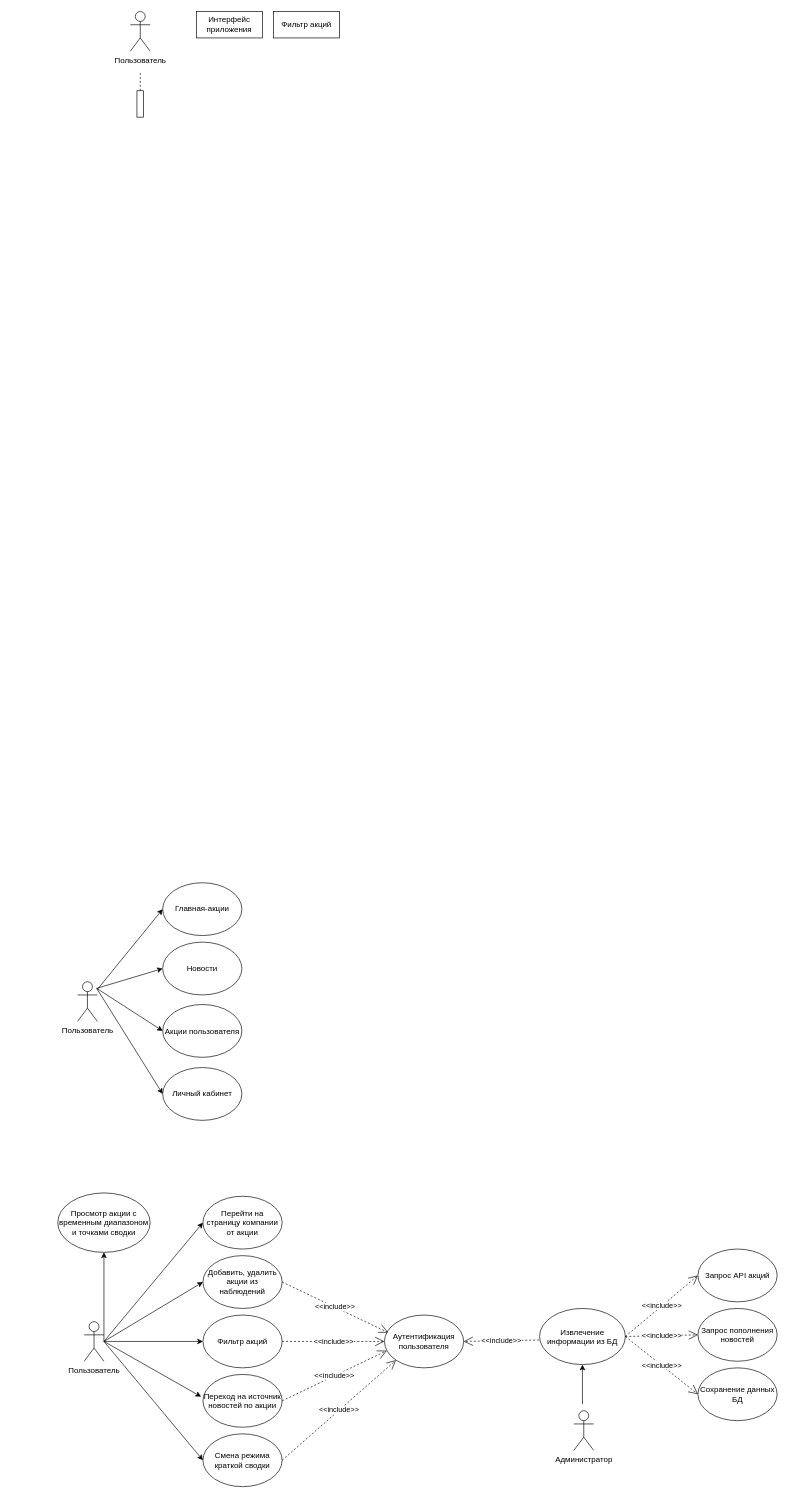
The draw.io diagram ARA.drawio in UnFighter/Ara, before the edit. Source tidied: cells renumbered, new cells numbered last; positions are measured from the earlier drawing's top-left corner, leaving out a move shared by most shapes. Both pictures are drawn from the tidied source at 66%, with x=0, y=0 at pixel (11, 11).
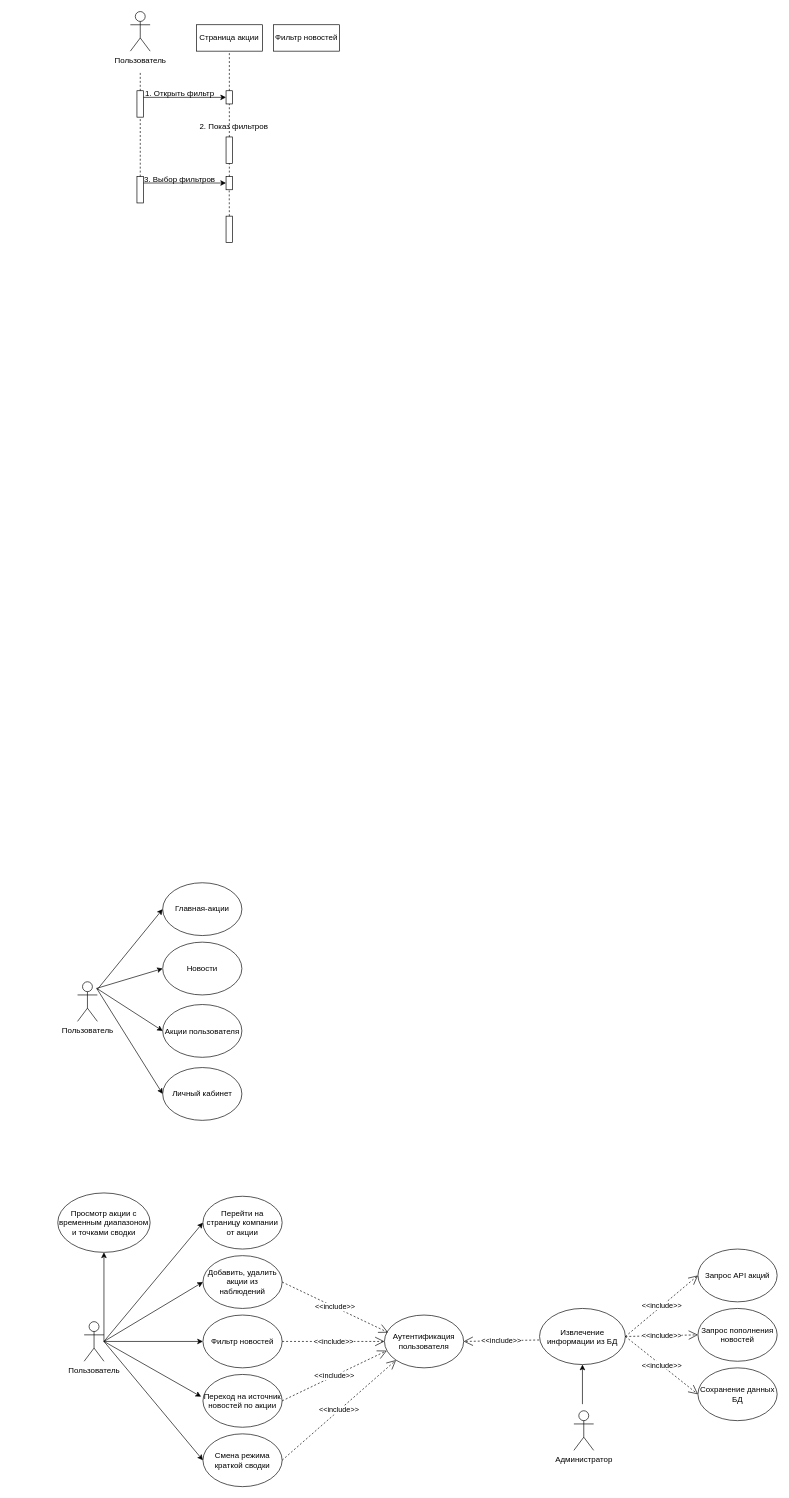
The same page after the edit.

Unchanged cells that the change refers to:
```xml
<mxCell id="3" style="group;" parent="1" vertex="1">
  <mxGeometry x="70" y="1790" width="1090" height="445" as="geometry" />
</mxCell>
<mxCell id="46" style="rounded=0;whiteSpace=wrap;html=1;" parent="1" vertex="1">
  <mxGeometry x="190" y="120" width="10" height="40" as="geometry" />
</mxCell>
```

The edit, as a diff of the source:
```diff
@@
-    <mxCell id="6" value="Фильтр акций" style="ellipse;whiteSpace=wrap;html=1;" parent="3" vertex="1">
+    <mxCell id="6" value="Фильтр новостей" style="ellipse;whiteSpace=wrap;html=1;" parent="3" vertex="1">
       <mxGeometry x="220" y="185" width="120" height="80" as="geometry" />
     </mxCell>
@@
-    <mxCell id="48" value="Интерфейс приложения" style="rounded=0;whiteSpace=wrap;html=1;" parent="1" vertex="1">
-      <mxGeometry x="280" width="100" height="40" as="geometry" />
+    <mxCell id="48" value="Страница акции" style="rounded=0;whiteSpace=wrap;html=1;" parent="1" vertex="1">
+      <mxGeometry x="280" y="20" width="100" height="40" as="geometry" />
     </mxCell>
-    <mxCell id="49" value="Фильтр акций" style="rounded=0;whiteSpace=wrap;html=1;" parent="1" vertex="1">
-      <mxGeometry x="397" width="100" height="40" as="geometry" />
+    <mxCell id="49" value="Фильтр новостей" style="rounded=0;whiteSpace=wrap;html=1;" parent="1" vertex="1">
+      <mxGeometry x="397" y="20" width="100" height="40" as="geometry" />
     </mxCell>
+    <mxCell id="50" style="rounded=0;whiteSpace=wrap;html=1;" parent="1" vertex="1">
+      <mxGeometry x="325" y="120" width="10" height="20" as="geometry" />
+    </mxCell>
+    <mxCell id="51" style="endArrow=none;dashed=1;html=1;rounded=0;entryX=0.5;entryY=1;entryDx=0;entryDy=0;exitX=0.5;exitY=0;exitDx=0;exitDy=0;" parent="1" edge="1" source="50" target="48">
+      <mxGeometry relative="1" as="geometry" />
+    </mxCell>
+    <mxCell id="52" style="endArrow=classic;html=1;rounded=0;exitX=1;exitY=0.25;exitDx=0;exitDy=0;entryX=0;entryY=0.5;entryDx=0;entryDy=0;" parent="1" edge="1" source="46" target="50">
+      <mxGeometry relative="1" as="geometry" />
+    </mxCell>
+    <mxCell id="53" value="1. Открыть фильтр" style="text;html=1;align=center;verticalAlign=middle;whiteSpace=wrap;rounded=0;" parent="1" vertex="1">
+      <mxGeometry x="200" y="110" width="110" height="30" as="geometry" />
+    </mxCell>
+    <mxCell id="54" style="rounded=0;whiteSpace=wrap;html=1;" parent="1" vertex="1">
+      <mxGeometry x="325" y="190" width="10" height="40" as="geometry" />
+    </mxCell>
+    <mxCell id="55" style="rounded=0;whiteSpace=wrap;html=1;" parent="1" vertex="1">
+      <mxGeometry x="190" y="250" width="10" height="40" as="geometry" />
+    </mxCell>
+    <mxCell id="56" style="endArrow=none;dashed=1;html=1;rounded=0;exitX=0.5;exitY=0;exitDx=0;exitDy=0;" parent="1" edge="1" source="54">
+      <mxGeometry relative="1" as="geometry">
+        <mxPoint x="330" y="140" as="targetPoint" />
+      </mxGeometry>
+    </mxCell>
+    <mxCell id="57" value="2. Показ фильтров" style="text;html=1;align=center;verticalAlign=middle;whiteSpace=wrap;rounded=0;" parent="1" vertex="1">
+      <mxGeometry x="277" y="160" width="120" height="30" as="geometry" />
+    </mxCell>
+    <mxCell id="58" style="endArrow=none;dashed=1;html=1;rounded=0;entryX=0.5;entryY=1;entryDx=0;entryDy=0;exitX=0.5;exitY=0;exitDx=0;exitDy=0;" parent="1" edge="1" source="55" target="46">
+      <mxGeometry relative="1" as="geometry" />
+    </mxCell>
+    <mxCell id="59" style="rounded=0;whiteSpace=wrap;html=1;" parent="1" vertex="1">
+      <mxGeometry x="325" y="250" width="10" height="20" as="geometry" />
+    </mxCell>
+    <mxCell id="60" style="endArrow=none;dashed=1;html=1;rounded=0;entryX=0.5;entryY=1;entryDx=0;entryDy=0;exitX=0.5;exitY=0;exitDx=0;exitDy=0;" parent="1" edge="1" source="59" target="54">
+      <mxGeometry relative="1" as="geometry" />
+    </mxCell>
+    <mxCell id="61" style="endArrow=classic;html=1;rounded=0;exitX=1;exitY=0.25;exitDx=0;exitDy=0;entryX=0;entryY=0.5;entryDx=0;entryDy=0;" parent="1" edge="1">
+      <mxGeometry relative="1" as="geometry">
+        <mxPoint x="200" y="259.8" as="sourcePoint" />
+        <mxPoint x="325" y="259.8" as="targetPoint" />
+      </mxGeometry>
+    </mxCell>
+    <mxCell id="62" value="3. Выбор фильтров" style="text;html=1;align=center;verticalAlign=middle;whiteSpace=wrap;rounded=0;" parent="1" vertex="1">
+      <mxGeometry x="200" y="240" width="110" height="30" as="geometry" />
+    </mxCell>
+    <mxCell id="63" style="rounded=0;whiteSpace=wrap;html=1;" parent="1" vertex="1">
+      <mxGeometry x="325" y="310" width="10" height="40" as="geometry" />
+    </mxCell>
+    <mxCell id="64" style="endArrow=none;dashed=1;html=1;rounded=0;entryX=0.5;entryY=1;entryDx=0;entryDy=0;" parent="1" edge="1">
+      <mxGeometry relative="1" as="geometry">
+        <mxPoint x="330" y="310" as="sourcePoint" />
+        <mxPoint x="329.8" y="270" as="targetPoint" />
+      </mxGeometry>
+    </mxCell>
```
